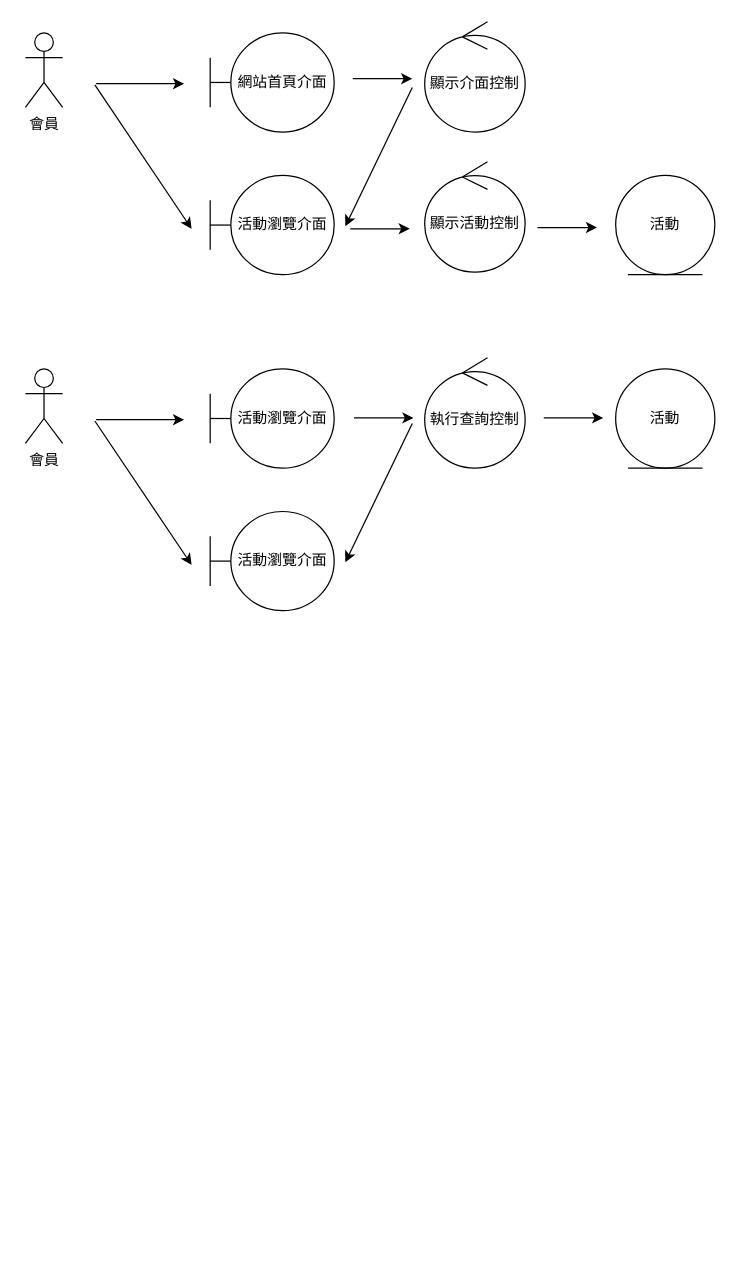
This is page "第 2 页" (2 of 2) of .drawio from liangyinglly/liangyinglly, a draw.io file, before an edit. Source tidied: cells renumbered, new cells numbered last; positions are measured from the earlier drawing's top-left corner, leaving out a move shared by most shapes. Both pictures are drawn from the tidied source at 124%, with x=0, y=0 at pixel (25, 21).
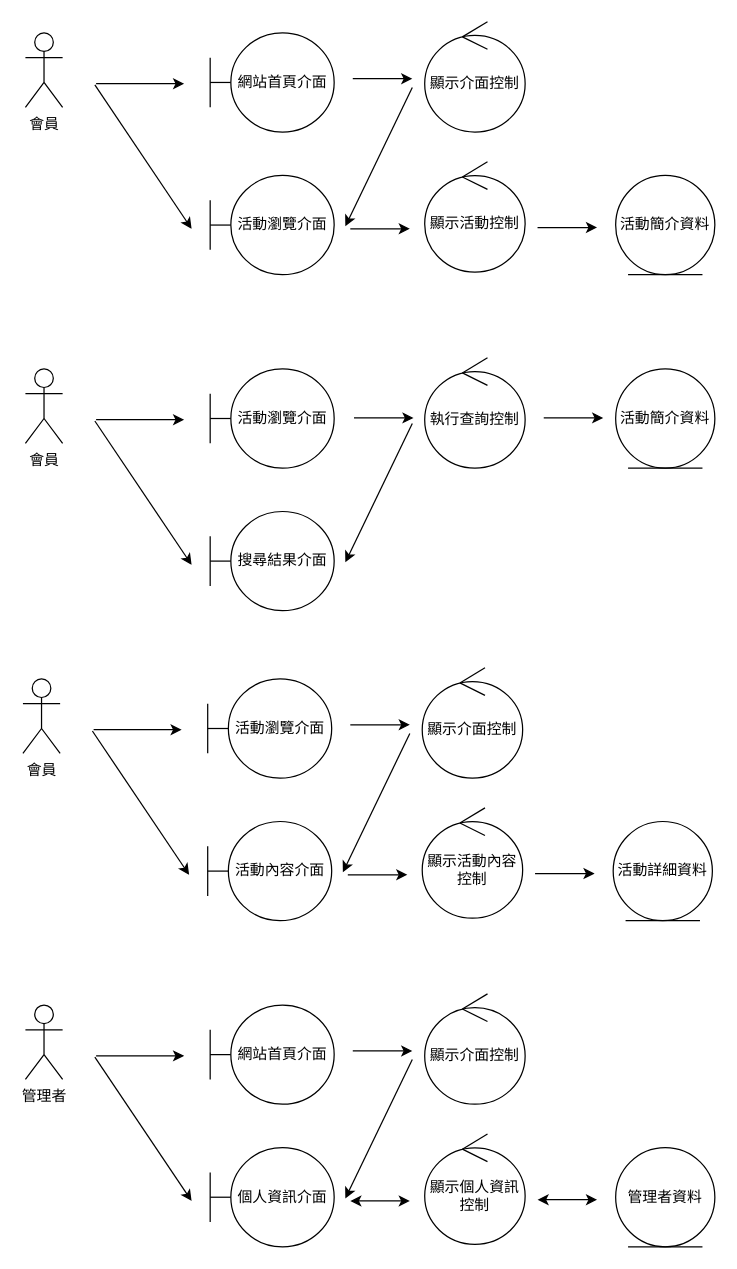
After the change.

Diff of the diagram source:
```diff
@@
-    <mxCell id="6" value="活動" style="ellipse;shape=umlEntity;whiteSpace=wrap;html=1;" parent="1" vertex="1">
+    <mxCell id="6" value="活動簡介資料" style="ellipse;shape=umlEntity;whiteSpace=wrap;html=1;" parent="1" vertex="1">
       <mxGeometry x="476" y="124" width="80" height="80" as="geometry" />
     </mxCell>
@@
-    <mxCell id="18" value="活動" style="ellipse;shape=umlEntity;whiteSpace=wrap;html=1;" parent="1" vertex="1">
+    <mxCell id="18" value="活動簡介資料" style="ellipse;shape=umlEntity;whiteSpace=wrap;html=1;" parent="1" vertex="1">
       <mxGeometry x="476" y="280" width="80" height="80" as="geometry" />
     </mxCell>
-    <mxCell id="19" value="活動瀏覽介面" style="shape=umlBoundary;whiteSpace=wrap;html=1;" parent="1" vertex="1">
+    <mxCell id="19" value="搜尋結果介面" style="shape=umlBoundary;whiteSpace=wrap;html=1;" parent="1" vertex="1">
       <mxGeometry x="149" y="395" width="100" height="80" as="geometry" />
     </mxCell>
@@
+    <mxCell id="24" value="會員" style="shape=umlActor;verticalLabelPosition=bottom;verticalAlign=top;html=1;" parent="1" vertex="1">
+      <mxGeometry x="-2" y="530" width="30" height="60" as="geometry" />
+    </mxCell>
+    <mxCell id="25" style="endArrow=classic;html=1;rounded=0;" parent="1" edge="1">
+      <mxGeometry relative="1" as="geometry">
+        <mxPoint x="55" y="571" as="sourcePoint" />
+        <mxPoint x="126" y="571" as="targetPoint" />
+      </mxGeometry>
+    </mxCell>
+    <mxCell id="26" value="活動瀏覽介面" style="shape=umlBoundary;whiteSpace=wrap;html=1;" parent="1" vertex="1">
+      <mxGeometry x="147" y="530" width="100" height="80" as="geometry" />
+    </mxCell>
+    <mxCell id="27" value="顯示介面控制" style="ellipse;shape=umlControl;whiteSpace=wrap;html=1;" parent="1" vertex="1">
+      <mxGeometry x="320" y="521" width="81" height="89" as="geometry" />
+    </mxCell>
+    <mxCell id="28" value="活動詳細資料" style="ellipse;shape=umlEntity;whiteSpace=wrap;html=1;" parent="1" vertex="1">
+      <mxGeometry x="474" y="645" width="80" height="80" as="geometry" />
+    </mxCell>
+    <mxCell id="29" value="活動內容介面" style="shape=umlBoundary;whiteSpace=wrap;html=1;" parent="1" vertex="1">
+      <mxGeometry x="147" y="645" width="100" height="80" as="geometry" />
+    </mxCell>
+    <mxCell id="30" style="endArrow=classic;html=1;rounded=0;" parent="1" edge="1">
+      <mxGeometry relative="1" as="geometry">
+        <mxPoint x="54" y="572" as="sourcePoint" />
+        <mxPoint x="132" y="688" as="targetPoint" />
+      </mxGeometry>
+    </mxCell>
+    <mxCell id="31" style="endArrow=classic;html=1;rounded=0;" parent="1" edge="1">
+      <mxGeometry relative="1" as="geometry">
+        <mxPoint x="262" y="567" as="sourcePoint" />
+        <mxPoint x="310" y="567" as="targetPoint" />
+      </mxGeometry>
+    </mxCell>
+    <mxCell id="32" style="endArrow=classic;html=1;rounded=0;" parent="1" edge="1">
+      <mxGeometry relative="1" as="geometry">
+        <mxPoint x="310" y="574" as="sourcePoint" />
+        <mxPoint x="256" y="686" as="targetPoint" />
+      </mxGeometry>
+    </mxCell>
+    <mxCell id="33" value="顯示活動內容控制" style="ellipse;shape=umlControl;whiteSpace=wrap;html=1;" parent="1" vertex="1">
+      <mxGeometry x="320" y="634" width="81" height="89" as="geometry" />
+    </mxCell>
+    <mxCell id="34" style="endArrow=classic;html=1;rounded=0;" parent="1" edge="1">
+      <mxGeometry relative="1" as="geometry">
+        <mxPoint x="260" y="688" as="sourcePoint" />
+        <mxPoint x="308" y="688" as="targetPoint" />
+      </mxGeometry>
+    </mxCell>
+    <mxCell id="35" style="endArrow=classic;html=1;rounded=0;" parent="1" edge="1">
+      <mxGeometry relative="1" as="geometry">
+        <mxPoint x="411" y="687" as="sourcePoint" />
+        <mxPoint x="459" y="687" as="targetPoint" />
+      </mxGeometry>
+    </mxCell>
+    <mxCell id="36" value="管理者" style="shape=umlActor;verticalLabelPosition=bottom;verticalAlign=top;html=1;" parent="1" vertex="1">
+      <mxGeometry y="793" width="30" height="60" as="geometry" />
+    </mxCell>
+    <mxCell id="37" style="endArrow=classic;html=1;rounded=0;" parent="1" edge="1">
+      <mxGeometry relative="1" as="geometry">
+        <mxPoint x="57" y="834" as="sourcePoint" />
+        <mxPoint x="128" y="834" as="targetPoint" />
+      </mxGeometry>
+    </mxCell>
+    <mxCell id="38" value="網站首頁介面" style="shape=umlBoundary;whiteSpace=wrap;html=1;" parent="1" vertex="1">
+      <mxGeometry x="149" y="793" width="100" height="80" as="geometry" />
+    </mxCell>
+    <mxCell id="39" value="顯示介面控制" style="ellipse;shape=umlControl;whiteSpace=wrap;html=1;" parent="1" vertex="1">
+      <mxGeometry x="322" y="784" width="81" height="89" as="geometry" />
+    </mxCell>
+    <mxCell id="40" value="管理者資料" style="ellipse;shape=umlEntity;whiteSpace=wrap;html=1;" parent="1" vertex="1">
+      <mxGeometry x="476" y="908" width="80" height="80" as="geometry" />
+    </mxCell>
+    <mxCell id="41" value="個人資訊介面" style="shape=umlBoundary;whiteSpace=wrap;html=1;" parent="1" vertex="1">
+      <mxGeometry x="149" y="908" width="100" height="80" as="geometry" />
+    </mxCell>
+    <mxCell id="42" style="endArrow=classic;html=1;rounded=0;" parent="1" edge="1">
+      <mxGeometry relative="1" as="geometry">
+        <mxPoint x="56" y="835" as="sourcePoint" />
+        <mxPoint x="134" y="951" as="targetPoint" />
+      </mxGeometry>
+    </mxCell>
+    <mxCell id="43" style="endArrow=classic;html=1;rounded=0;" parent="1" edge="1">
+      <mxGeometry relative="1" as="geometry">
+        <mxPoint x="264" y="830" as="sourcePoint" />
+        <mxPoint x="312" y="830" as="targetPoint" />
+      </mxGeometry>
+    </mxCell>
+    <mxCell id="44" style="endArrow=classic;html=1;rounded=0;" parent="1" edge="1">
+      <mxGeometry relative="1" as="geometry">
+        <mxPoint x="312" y="837" as="sourcePoint" />
+        <mxPoint x="258" y="949" as="targetPoint" />
+      </mxGeometry>
+    </mxCell>
+    <mxCell id="45" value="顯示個人資訊控制" style="ellipse;shape=umlControl;whiteSpace=wrap;html=1;" parent="1" vertex="1">
+      <mxGeometry x="322" y="897" width="81" height="89" as="geometry" />
+    </mxCell>
+    <mxCell id="46" style="endArrow=classic;html=1;rounded=0;startArrow=classic;startFill=1;" parent="1" edge="1">
+      <mxGeometry relative="1" as="geometry">
+        <mxPoint x="262" y="951" as="sourcePoint" />
+        <mxPoint x="310" y="951" as="targetPoint" />
+      </mxGeometry>
+    </mxCell>
+    <mxCell id="47" style="endArrow=classic;html=1;rounded=0;startArrow=classic;startFill=1;" parent="1" edge="1">
+      <mxGeometry relative="1" as="geometry">
+        <mxPoint x="413" y="950" as="sourcePoint" />
+        <mxPoint x="461" y="950" as="targetPoint" />
+      </mxGeometry>
+    </mxCell>
```
